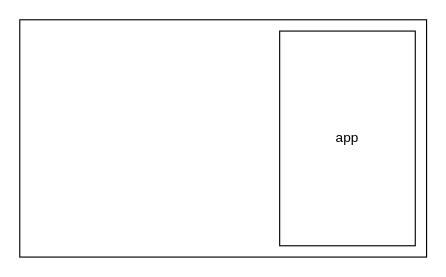
Above: iframePostmessage.drawio in lance631/notes (draw.io), before the change. Source tidied: cells renumbered, new cells numbered last; positions are measured from the earlier drawing's top-left corner, leaving out a move shared by most shapes. Both pictures are drawn from the tidied source at 113%, with x=0, y=0 at pixel (19, 19).
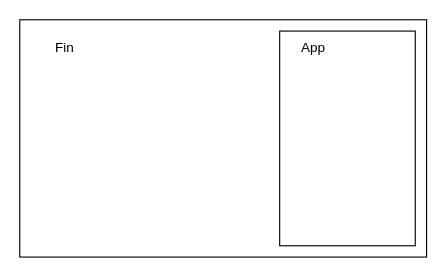
The same page after the edit.

The edit, as a diff of the source:
```diff
@@
 <mxGraphModel>
   <root>
     <mxCell id="0" />
     <mxCell id="1" parent="0" />
     <mxCell id="2" style="rounded=0;whiteSpace=wrap;html=1;" parent="1" vertex="1">
       <mxGeometry width="360" height="210" as="geometry" />
     </mxCell>
-    <mxCell id="3" value="app" style="rounded=0;whiteSpace=wrap;html=1;" parent="1" vertex="1">
+    <mxCell id="3" style="rounded=0;whiteSpace=wrap;html=1;" parent="1" vertex="1">
       <mxGeometry x="230" y="10" width="120" height="190" as="geometry" />
     </mxCell>
+    <mxCell id="4" value="Fin" style="text;html=1;align=center;verticalAlign=middle;whiteSpace=wrap;rounded=0;" parent="1" vertex="1">
+      <mxGeometry x="10" y="10" width="60" height="30" as="geometry" />
+    </mxCell>
+    <mxCell id="5" value="App" style="text;html=1;align=center;verticalAlign=middle;whiteSpace=wrap;rounded=0;" parent="1" vertex="1">
+      <mxGeometry x="230" y="10" width="60" height="30" as="geometry" />
+    </mxCell>
   </root>
 </mxGraphModel>
```
